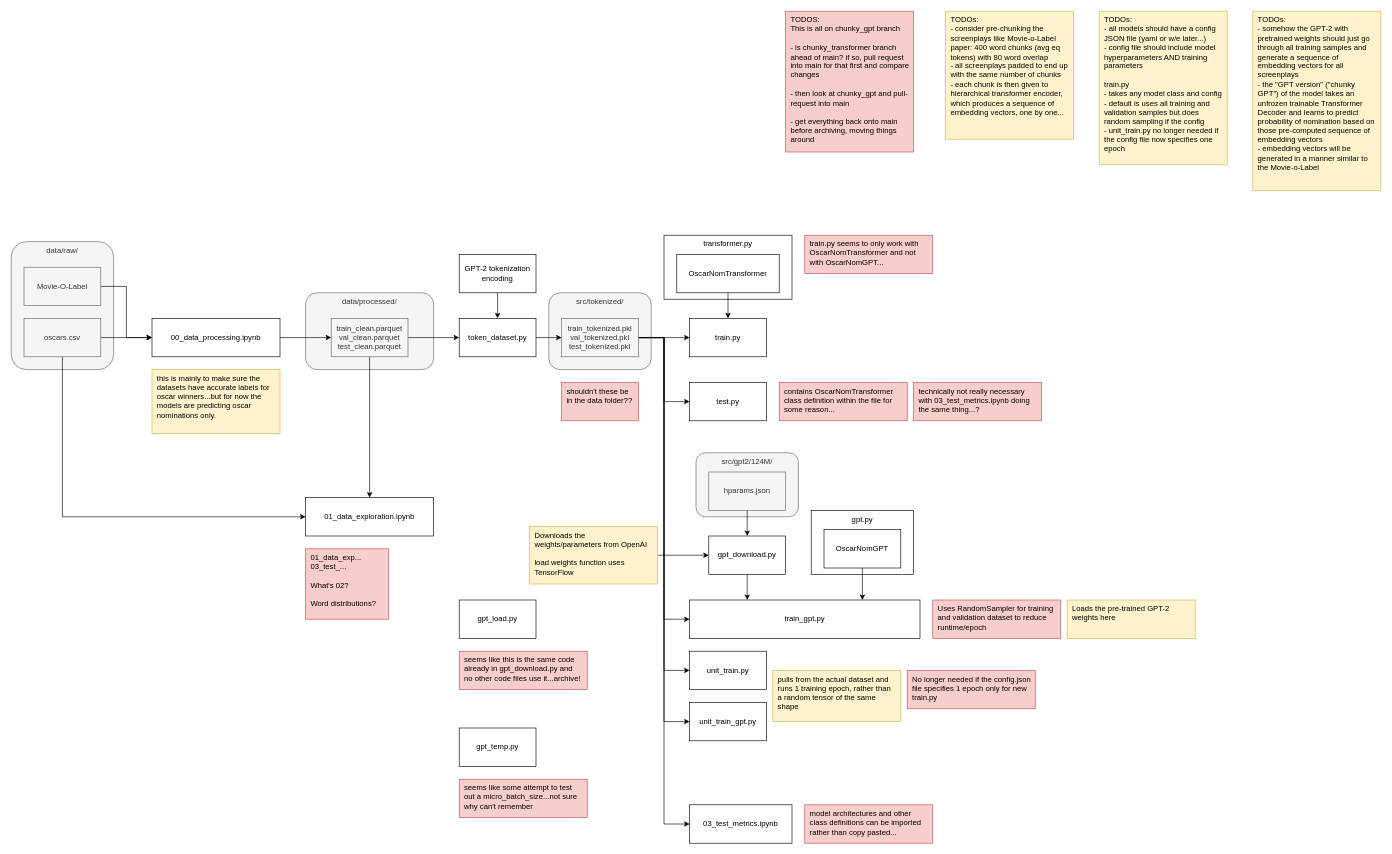
Earlier version of the draw.io diagram page "old" (1 of 2) of docs/pipeline.drawio (holistudio/oscar_nom_win). Source tidied: cells renumbered, new cells numbered last; positions are measured from the earlier drawing's top-left corner, leaving out a move shared by most shapes. Both pictures are drawn from the tidied source at 64%, with x=0, y=0 at pixel (11, 11).
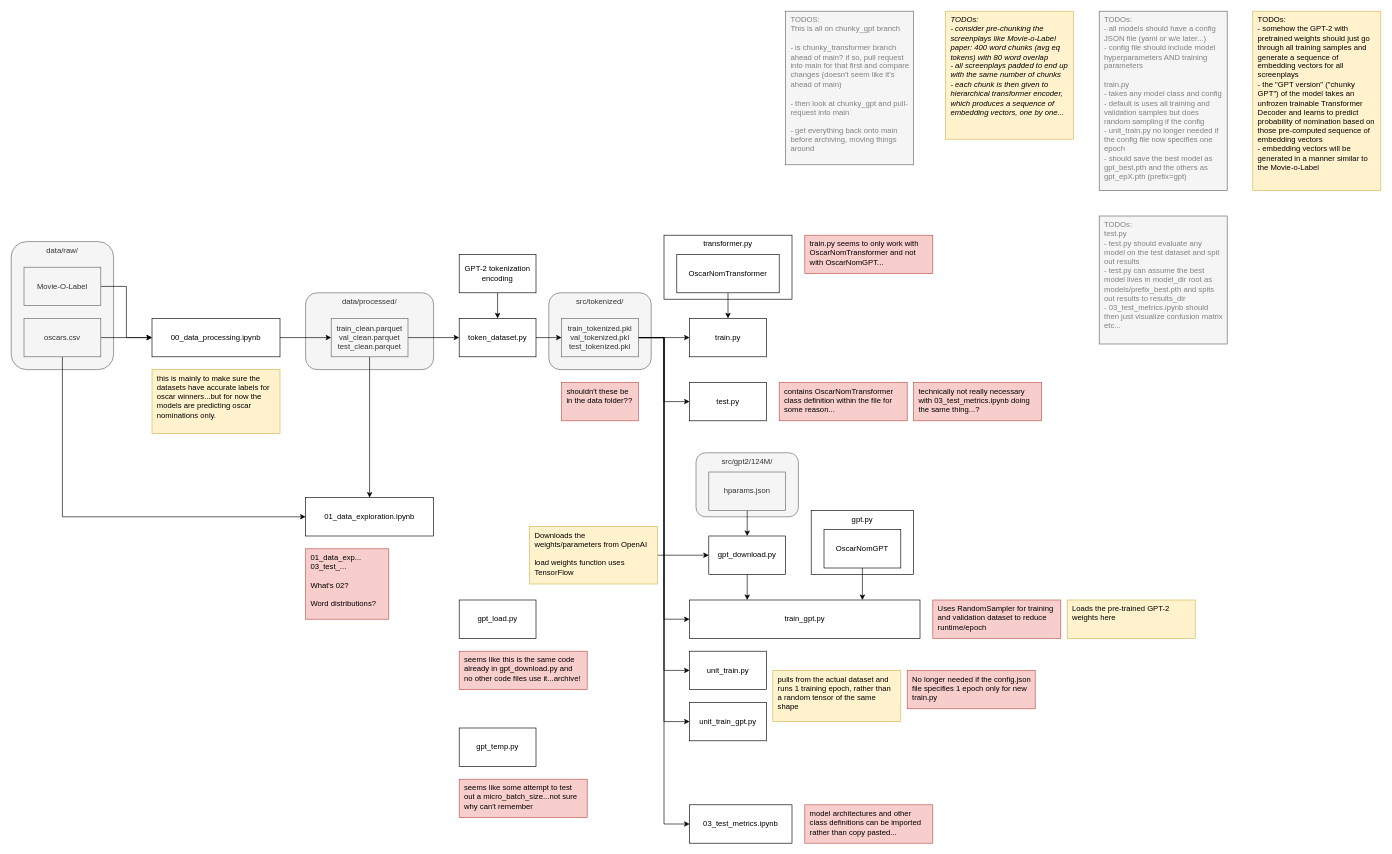
The same page after the edit.

Diff of the diagram source:
```diff
@@
-    <mxCell id="43" value="TODOs:&lt;div&gt;- all models should have a config JSON file (yaml or w/e later...)&lt;/div&gt;&lt;div&gt;- config file should include model hyperparameters AND training parameters&lt;/div&gt;&lt;div&gt;&lt;br&gt;&lt;div&gt;train.py&lt;/div&gt;&lt;div&gt;- takes any model class and config&lt;/div&gt;&lt;div&gt;- default is uses all training and validation samples but does random sampling if the config&lt;/div&gt;&lt;/div&gt;&lt;div&gt;- unit_train.py no longer needed if the config file now specifies one epoch&lt;/div&gt;" style="rounded=0;whiteSpace=wrap;html=1;fillColor=#fff2cc;strokeColor=#d6b656;verticalAlign=top;align=left;spacingLeft=6;spacingRight=6;" parent="1" vertex="1">
-      <mxGeometry x="1700" width="200" height="240" as="geometry" />
+    <mxCell id="43" value="TODOs:&lt;div&gt;- all models should have a config JSON file (yaml or w/e later...)&lt;/div&gt;&lt;div&gt;- config file should include model hyperparameters AND training parameters&lt;/div&gt;&lt;div&gt;&lt;br&gt;&lt;div&gt;train.py&lt;/div&gt;&lt;div&gt;- takes any model class and config&lt;/div&gt;&lt;div&gt;- default is uses all training and validation samples but does random sampling if the config&lt;/div&gt;&lt;/div&gt;&lt;div&gt;- unit_train.py no longer needed if the config file now specifies one epoch&lt;/div&gt;&lt;div&gt;- should save the best model as gpt_best.pth and the others as gpt_epX.pth (prefix=gpt)&lt;/div&gt;" style="rounded=0;whiteSpace=wrap;html=1;fillColor=#f5f5f5;strokeColor=#666666;verticalAlign=top;align=left;spacingLeft=6;spacingRight=6;fontColor=#808080;" parent="1" vertex="1">
+      <mxGeometry x="1700" width="200" height="280" as="geometry" />
     </mxCell>
@@
-    <mxCell id="56" value="TODOs:&lt;div&gt;- consider pre-chunking the screenplays like Movie-o-Label paper: 400 word chunks (avg eq tokens) with 80 word overlap&lt;/div&gt;&lt;div&gt;- all screenplays padded to end up with the same number of chunks&lt;/div&gt;&lt;div&gt;- each chunk is then given to hierarchical transformer encoder, which produces a sequence of embedding vectors, one by one...&lt;/div&gt;" style="rounded=0;whiteSpace=wrap;html=1;fillColor=#fff2cc;strokeColor=#d6b656;verticalAlign=top;align=left;spacingLeft=6;spacingRight=6;" parent="1" vertex="1">
+    <mxCell id="56" value="TODOs:&lt;div&gt;- consider pre-chunking the screenplays like Movie-o-Label paper: 400 word chunks (avg eq tokens) with 80 word overlap&lt;/div&gt;&lt;div&gt;- all screenplays padded to end up with the same number of chunks&lt;/div&gt;&lt;div&gt;- each chunk is then given to hierarchical transformer encoder, which produces a sequence of embedding vectors, one by one...&lt;/div&gt;" style="rounded=0;whiteSpace=wrap;html=1;fillColor=#fff2cc;strokeColor=#d6b656;verticalAlign=top;align=left;spacingLeft=6;spacingRight=6;fontStyle=2;" parent="1" vertex="1">
       <mxGeometry x="1460" width="200" height="200" as="geometry" />
     </mxCell>
@@
-    <mxCell id="64" value="TODOS:&lt;div&gt;This is all on chunky_gpt branch&lt;/div&gt;&lt;div&gt;&lt;br&gt;&lt;/div&gt;&lt;div&gt;- is chunky_transformer branch ahead of main? if so, pull request into main for that first and compare changes&lt;/div&gt;&lt;div&gt;&lt;br&gt;&lt;/div&gt;&lt;div&gt;- then look at chunky_gpt and pull-request into main&lt;/div&gt;&lt;div&gt;&lt;br&gt;&lt;/div&gt;&lt;div&gt;- get everything back onto main before archiving, moving things around&lt;/div&gt;" style="rounded=0;whiteSpace=wrap;html=1;fillColor=#f8cecc;strokeColor=#b85450;verticalAlign=top;align=left;spacingLeft=6;spacingRight=6;" parent="1" vertex="1">
-      <mxGeometry x="1210" width="200" height="220" as="geometry" />
+    <mxCell id="64" value="TODOS:&lt;div&gt;This is all on chunky_gpt branch&lt;/div&gt;&lt;div&gt;&lt;br&gt;&lt;/div&gt;&lt;div&gt;- is chunky_transformer branch ahead of main? if so, pull request into main for that first and compare changes (doesn't seem like it's ahead of main)&lt;/div&gt;&lt;div&gt;&lt;br&gt;&lt;/div&gt;&lt;div&gt;- then look at chunky_gpt and pull-request into main&lt;/div&gt;&lt;div&gt;&lt;br&gt;&lt;/div&gt;&lt;div&gt;- get everything back onto main before archiving, moving things around&lt;/div&gt;" style="rounded=0;whiteSpace=wrap;html=1;fillColor=#f5f5f5;strokeColor=#666666;verticalAlign=top;align=left;spacingLeft=6;spacingRight=6;fontColor=#808080;" parent="1" vertex="1">
+      <mxGeometry x="1210" width="200" height="240" as="geometry" />
     </mxCell>
+    <mxCell id="65" value="TODOs:&lt;div&gt;test.py&lt;/div&gt;&lt;div&gt;- test.py should evaluate any model on the test dataset and spit out results&lt;/div&gt;&lt;div&gt;- test.py can assume the best model lives in model_dir root as models/prefix_best.pth and spits out results to results_dir&lt;/div&gt;&lt;div&gt;- 03_test_metrics.ipynb should then just visualize confusion matrix etc...&lt;/div&gt;" style="rounded=0;whiteSpace=wrap;html=1;fillColor=#f5f5f5;strokeColor=#666666;verticalAlign=top;align=left;spacingLeft=6;spacingRight=6;fontColor=#808080;" parent="1" vertex="1">
+      <mxGeometry x="1700" y="320" width="200" height="200" as="geometry" />
+    </mxCell>
```
